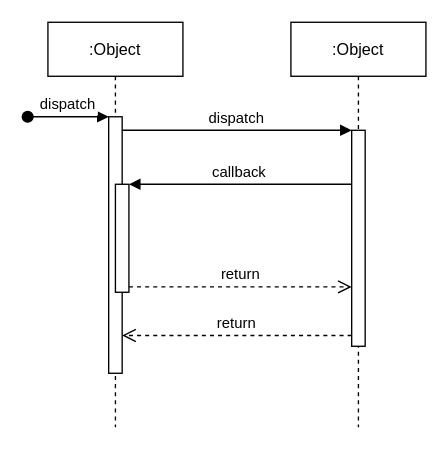
Before: netty.drawio in cblstc/storage, a draw.io diagram. Source tidied: cells renumbered, new cells numbered last; positions are measured from the earlier drawing's top-left corner, leaving out a move shared by most shapes. Both pictures are drawn from the tidied source at 135%, with x=0, y=0 at pixel (27, 22).
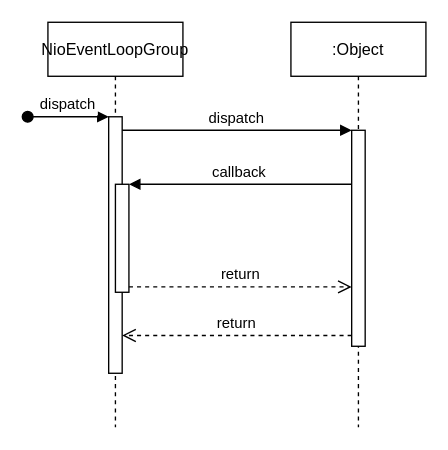
The same page after the edit.

Change to the diagram source:
```diff
@@
 <mxGraphModel>
   <root>
     <mxCell id="0" />
     <mxCell id="1" parent="0" />
-    <mxCell id="2" value=":Object" style="shape=umlLifeline;perimeter=lifelinePerimeter;rounded=0;shadow=0;strokeWidth=1;" parent="1" vertex="1">
+    <mxCell id="2" value="NioEventLoopGroup" style="shape=umlLifeline;perimeter=lifelinePerimeter;rounded=0;shadow=0;strokeWidth=1;" parent="1" vertex="1">
       <mxGeometry x="15" width="100" height="300" as="geometry" />
     </mxCell>
     <mxCell id="3" style="points=[];perimeter=orthogonalPerimeter;rounded=0;shadow=0;strokeWidth=1;" parent="2" vertex="1">
       <mxGeometry x="45" y="70" width="10" height="190" as="geometry" />
     </mxCell>
     <mxCell id="4" value="dispatch" style="verticalAlign=bottom;startArrow=oval;endArrow=block;startSize=8;shadow=0;strokeWidth=1;" parent="2" edge="1" target="3">
       <mxGeometry relative="1" as="geometry">
         <mxPoint x="-15" y="70" as="sourcePoint" />
       </mxGeometry>
     </mxCell>
     <mxCell id="5" style="points=[];perimeter=orthogonalPerimeter;rounded=0;shadow=0;strokeWidth=1;" parent="2" vertex="1">
       <mxGeometry x="50" y="120" width="10" height="80" as="geometry" />
     </mxCell>
     <mxCell id="6" value=":Object" style="shape=umlLifeline;perimeter=lifelinePerimeter;rounded=0;shadow=0;strokeWidth=1;" parent="1" vertex="1">
       <mxGeometry x="195" width="100" height="300" as="geometry" />
     </mxCell>
     <mxCell id="7" style="points=[];perimeter=orthogonalPerimeter;rounded=0;shadow=0;strokeWidth=1;" parent="6" vertex="1">
       <mxGeometry x="45" y="80" width="10" height="160" as="geometry" />
     </mxCell>
     <mxCell id="8" value="return" style="verticalAlign=bottom;endArrow=open;dashed=1;endSize=8;exitX=0;exitY=0.95;shadow=0;strokeWidth=1;" parent="1" edge="1" source="7" target="3">
       <mxGeometry relative="1" as="geometry" />
     </mxCell>
     <mxCell id="9" value="dispatch" style="verticalAlign=bottom;endArrow=block;entryX=0;entryY=0;shadow=0;strokeWidth=1;" parent="1" edge="1" source="3" target="7">
       <mxGeometry relative="1" as="geometry" />
     </mxCell>
     <mxCell id="10" value="callback" style="verticalAlign=bottom;endArrow=block;entryX=1;entryY=0;shadow=0;strokeWidth=1;" parent="1" edge="1" source="7" target="5">
       <mxGeometry relative="1" as="geometry" />
     </mxCell>
     <mxCell id="11" value="return" style="verticalAlign=bottom;endArrow=open;dashed=1;endSize=8;exitX=1;exitY=0.95;shadow=0;strokeWidth=1;" parent="1" edge="1" source="5" target="7">
       <mxGeometry relative="1" as="geometry" />
     </mxCell>
   </root>
 </mxGraphModel>
```
